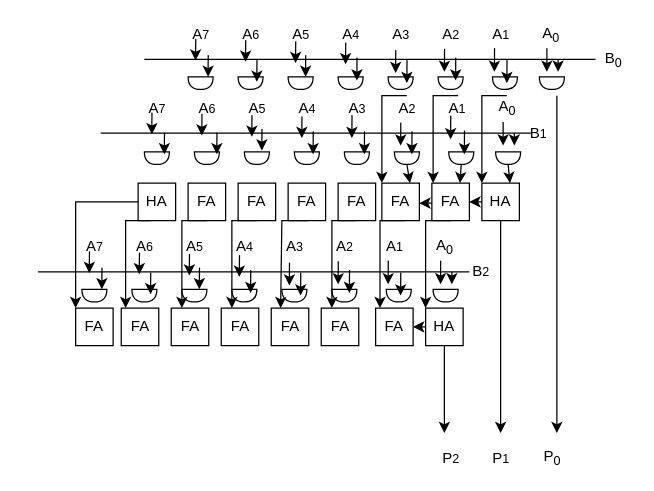
Before: Multiplier/3x8bitMultiplier.drawio in itsmartinhi/NN2HW, a draw.io diagram. Source tidied: cells renumbered, new cells numbered last; positions are measured from the earlier drawing's top-left corner, leaving out a move shared by most shapes. Both pictures are drawn from the tidied source at 125%, with x=0, y=0 at pixel (38, 21).
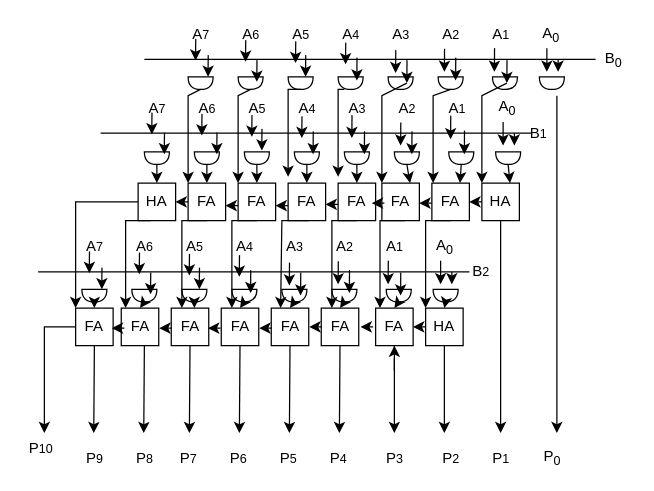
After the change.

Commit message (it also covers changes not shown here):
multilier diagramm finished

Unchanged cells that the change refers to:
```xml
<mxCell id="15" style="shape=or;whiteSpace=wrap;html=1;rotation=90;" parent="1" vertex="1">
<mxCell id="18" style="shape=or;whiteSpace=wrap;html=1;rotation=90;" parent="1" vertex="1">
<mxCell id="19" style="shape=or;whiteSpace=wrap;html=1;rotation=90;" parent="1" vertex="1">
<mxCell id="20" style="shape=or;whiteSpace=wrap;html=1;rotation=90;" parent="1" vertex="1">
<mxCell id="24" style="shape=or;whiteSpace=wrap;html=1;rotation=90;" parent="1" vertex="1">
<mxCell id="25" style="shape=or;whiteSpace=wrap;html=1;rotation=90;" parent="1" vertex="1">
<mxCell id="26" style="shape=or;whiteSpace=wrap;html=1;rotation=90;" parent="1" vertex="1">
<mxCell id="27" style="shape=or;whiteSpace=wrap;html=1;rotation=90;" parent="1" vertex="1">
<mxCell id="28" style="shape=or;whiteSpace=wrap;html=1;rotation=90;" parent="1" vertex="1">
<mxCell id="46" value="HA" style="rounded=0;whiteSpace=wrap;html=1;" parent="1" vertex="1">
<mxCell id="49" value="FA" style="rounded=0;whiteSpace=wrap;html=1;" parent="1" vertex="1">
<mxCell id="50" value="FA" style="rounded=0;whiteSpace=wrap;html=1;" parent="1" vertex="1">
<mxCell id="51" value="FA" style="rounded=0;whiteSpace=wrap;html=1;" parent="1" vertex="1">
<mxCell id="52" value="FA" style="rounded=0;whiteSpace=wrap;html=1;" parent="1" vertex="1">
<mxCell id="53" value="HA" style="rounded=0;whiteSpace=wrap;html=1;" parent="1" vertex="1">
<mxCell id="54" value="FA" style="rounded=0;whiteSpace=wrap;html=1;" parent="1" vertex="1">
<mxCell id="55" value="FA" style="rounded=0;whiteSpace=wrap;html=1;" parent="1" vertex="1">
<mxCell id="56" value="FA" style="rounded=0;whiteSpace=wrap;html=1;" parent="1" vertex="1">
<mxCell id="57" value="FA" style="rounded=0;whiteSpace=wrap;html=1;" parent="1" vertex="1">
<mxCell id="58" value="FA" style="rounded=0;whiteSpace=wrap;html=1;" parent="1" vertex="1">
<mxCell id="59" value="FA" style="rounded=0;whiteSpace=wrap;html=1;" parent="1" vertex="1">
<mxCell id="61" value="A&lt;sub&gt;0&lt;/sub&gt;" style="text;html=1;align=center;verticalAlign=middle;points=[];strokeColor=none;fillColor=none;" parent="1" vertex="1">
<mxCell id="100" style="shape=or;whiteSpace=wrap;html=1;rotation=90;" parent="1" vertex="1">
<mxCell id="101" style="shape=or;whiteSpace=wrap;html=1;rotation=90;" parent="1" vertex="1">
<mxCell id="102" style="shape=or;whiteSpace=wrap;html=1;rotation=90;" parent="1" vertex="1">
<mxCell id="103" style="shape=or;whiteSpace=wrap;html=1;rotation=90;" parent="1" vertex="1">
<mxCell id="104" style="shape=or;whiteSpace=wrap;html=1;rotation=90;" parent="1" vertex="1">
<mxCell id="105" style="shape=or;whiteSpace=wrap;html=1;rotation=90;" parent="1" vertex="1">
<mxCell id="106" style="shape=or;whiteSpace=wrap;html=1;rotation=90;" parent="1" vertex="1">
<mxCell id="107" style="shape=or;whiteSpace=wrap;html=1;rotation=90;" parent="1" vertex="1">
<mxCell id="126" value="HA" style="rounded=0;whiteSpace=wrap;html=1;" parent="1" vertex="1">
<mxCell id="127" value="FA" style="rounded=0;whiteSpace=wrap;html=1;" parent="1" vertex="1">
```

Change to the diagram source:
```diff
@@
+    <mxCell id="143" style="edgeStyle=orthogonalEdgeStyle;rounded=0;jettySize=auto;html=1;" parent="1" edge="1" source="54">
+      <mxGeometry relative="1" as="geometry">
+        <mxPoint x="285" y="259" as="targetPoint" />
+      </mxGeometry>
+    </mxCell>
@@
-    <mxCell id="86" style="endArrow=classic;html=1;rounded=0;jumpSize=11;exitX=0.5;exitY=0;exitDx=0;exitDy=0;exitPerimeter=0;entryX=0;entryY=0;entryDx=0;entryDy=0;" parent="1" edge="1" source="61" target="46">
+    <mxCell id="86" style="endArrow=classic;html=1;rounded=0;jumpSize=11;entryX=0;entryY=0;entryDx=0;entryDy=0;" parent="1" edge="1" target="46">
       <mxGeometry relative="1" as="geometry">
+        <mxPoint x="375" y="49" as="sourcePoint" />
         <Array as="points">
           <mxPoint x="355" y="59" />
         </Array>
       </mxGeometry>
     </mxCell>
@@
-    <mxCell id="88" style="endArrow=classic;html=1;rounded=0;jumpSize=11;exitX=0.5;exitY=0;exitDx=0;exitDy=0;exitPerimeter=0;entryX=0;entryY=0;entryDx=0;entryDy=0;" parent="1" edge="1">
+    <mxCell id="88" style="endArrow=classic;html=1;rounded=0;jumpSize=11;entryX=0;entryY=0;entryDx=0;entryDy=0;exitX=1;exitY=0.5;exitDx=0;exitDy=0;exitPerimeter=0;" parent="1" edge="1" source="15">
       <mxGeometry relative="1" as="geometry">
-        <mxPoint x="336" y="59" as="sourcePoint" />
         <mxPoint x="316" y="129" as="targetPoint" />
         <Array as="points">
           <mxPoint x="316" y="59" />
         </Array>
       </mxGeometry>
     </mxCell>
@@
-    <mxCell id="90" style="endArrow=classic;html=1;rounded=0;jumpSize=11;exitX=0.5;exitY=0;exitDx=0;exitDy=0;exitPerimeter=0;entryX=0;entryY=0;entryDx=0;entryDy=0;" parent="1" edge="1">
+    <mxCell id="90" style="endArrow=classic;html=1;rounded=0;jumpSize=11;entryX=0;entryY=0;entryDx=0;entryDy=0;" parent="1" edge="1">
       <mxGeometry relative="1" as="geometry">
-        <mxPoint x="295" y="59" as="sourcePoint" />
+        <mxPoint x="295" y="49" as="sourcePoint" />
         <mxPoint x="275" y="129" as="targetPoint" />
         <Array as="points">
           <mxPoint x="275" y="59" />
         </Array>
       </mxGeometry>
     </mxCell>
@@
+    <mxCell id="144" style="endArrow=classic;html=1;rounded=0;jumpSize=11;entryX=0;entryY=0;entryDx=0;entryDy=0;" parent="1" edge="1">
+      <mxGeometry relative="1" as="geometry">
+        <mxPoint x="245" y="54" as="sourcePoint" />
+        <mxPoint x="240" y="124" as="targetPoint" />
+        <Array as="points">
+          <mxPoint x="240" y="54" />
+        </Array>
+      </mxGeometry>
+    </mxCell>
+    <mxCell id="145" style="endArrow=classic;html=1;rounded=0;jumpSize=11;exitX=1;exitY=0.5;exitDx=0;exitDy=0;exitPerimeter=0;entryX=0;entryY=0;entryDx=0;entryDy=0;" parent="1" edge="1" source="18">
+      <mxGeometry relative="1" as="geometry">
+        <mxPoint x="200" y="124" as="targetPoint" />
+        <Array as="points">
+          <mxPoint x="200" y="54" />
+        </Array>
+      </mxGeometry>
+    </mxCell>
+    <mxCell id="146" style="endArrow=classic;html=1;rounded=0;jumpSize=11;entryX=0;entryY=0;entryDx=0;entryDy=0;exitX=1;exitY=0.5;exitDx=0;exitDy=0;exitPerimeter=0;" parent="1" edge="1" source="19">
+      <mxGeometry relative="1" as="geometry">
+        <mxPoint x="160" y="129" as="targetPoint" />
+        <Array as="points">
+          <mxPoint x="160" y="59" />
+        </Array>
+      </mxGeometry>
+    </mxCell>
+    <mxCell id="147" style="endArrow=classic;html=1;rounded=0;jumpSize=11;exitX=1;exitY=0.5;exitDx=0;exitDy=0;exitPerimeter=0;entryX=0;entryY=0;entryDx=0;entryDy=0;" parent="1" edge="1" source="20">
+      <mxGeometry relative="1" as="geometry">
+        <mxPoint x="120" y="129" as="targetPoint" />
+        <Array as="points">
+          <mxPoint x="120" y="59" />
+        </Array>
+      </mxGeometry>
+    </mxCell>
+    <mxCell id="148" style="endArrow=classic;html=1;rounded=0;exitX=0.5;exitY=1;exitDx=0;exitDy=0;" parent="1" edge="1">
+      <mxGeometry relative="1" as="geometry">
+        <mxPoint x="285" y="269" as="sourcePoint" />
+        <mxPoint x="285" y="329" as="targetPoint" />
+      </mxGeometry>
+    </mxCell>
+    <mxCell id="149" style="endArrow=classic;html=1;rounded=0;exitX=0.5;exitY=1;exitDx=0;exitDy=0;" parent="1" edge="1" source="55">
+      <mxGeometry relative="1" as="geometry">
+        <mxPoint x="241" y="329" as="targetPoint" />
+      </mxGeometry>
+    </mxCell>
+    <mxCell id="150" style="endArrow=classic;html=1;rounded=0;exitX=0.5;exitY=1;exitDx=0;exitDy=0;" parent="1" edge="1" source="56">
+      <mxGeometry relative="1" as="geometry">
+        <mxPoint x="201" y="329" as="targetPoint" />
+      </mxGeometry>
+    </mxCell>
+    <mxCell id="151" style="endArrow=classic;html=1;rounded=0;exitX=0.5;exitY=1;exitDx=0;exitDy=0;" parent="1" edge="1">
+      <mxGeometry relative="1" as="geometry">
+        <mxPoint x="161.5" y="259" as="sourcePoint" />
+        <mxPoint x="161" y="329" as="targetPoint" />
+      </mxGeometry>
+    </mxCell>
+    <mxCell id="152" style="endArrow=classic;html=1;rounded=0;exitX=0.5;exitY=1;exitDx=0;exitDy=0;" parent="1" edge="1">
+      <mxGeometry relative="1" as="geometry">
+        <mxPoint x="121.5" y="259" as="sourcePoint" />
+        <mxPoint x="121" y="329" as="targetPoint" />
+      </mxGeometry>
+    </mxCell>
+    <mxCell id="153" style="endArrow=classic;html=1;rounded=0;exitX=0.5;exitY=1;exitDx=0;exitDy=0;" parent="1" edge="1">
+      <mxGeometry relative="1" as="geometry">
+        <mxPoint x="85" y="259" as="sourcePoint" />
+        <mxPoint x="84.5" y="329" as="targetPoint" />
+      </mxGeometry>
+    </mxCell>
+    <mxCell id="154" style="endArrow=classic;html=1;rounded=0;exitX=0.5;exitY=1;exitDx=0;exitDy=0;" parent="1" edge="1">
+      <mxGeometry relative="1" as="geometry">
+        <mxPoint x="45" y="259" as="sourcePoint" />
+        <mxPoint x="44.5" y="329" as="targetPoint" />
+      </mxGeometry>
+    </mxCell>
+    <mxCell id="155" value="P&lt;span style=&quot;font-size: 10px;&quot;&gt;3&lt;/span&gt;" style="text;html=1;align=center;verticalAlign=middle;strokeColor=none;fillColor=none;" parent="1" vertex="1">
+      <mxGeometry x="270" y="339" width="30" height="20" as="geometry" />
+    </mxCell>
+    <mxCell id="156" value="P&lt;span style=&quot;font-size: 10px;&quot;&gt;4&lt;/span&gt;" style="text;html=1;align=center;verticalAlign=middle;strokeColor=none;fillColor=none;" parent="1" vertex="1">
+      <mxGeometry x="225" y="339" width="30" height="20" as="geometry" />
+    </mxCell>
+    <mxCell id="157" value="P&lt;span style=&quot;font-size: 10px;&quot;&gt;5&lt;/span&gt;" style="text;html=1;align=center;verticalAlign=middle;strokeColor=none;fillColor=none;" parent="1" vertex="1">
+      <mxGeometry x="185" y="339" width="30" height="20" as="geometry" />
+    </mxCell>
+    <mxCell id="158" value="P&lt;span style=&quot;font-size: 10px;&quot;&gt;6&lt;/span&gt;" style="text;html=1;align=center;verticalAlign=middle;strokeColor=none;fillColor=none;" parent="1" vertex="1">
+      <mxGeometry x="145" y="339" width="30" height="20" as="geometry" />
+    </mxCell>
+    <mxCell id="159" value="P&lt;span style=&quot;font-size: 10px;&quot;&gt;7&lt;/span&gt;" style="text;html=1;align=center;verticalAlign=middle;strokeColor=none;fillColor=none;" parent="1" vertex="1">
+      <mxGeometry x="105" y="339" width="30" height="20" as="geometry" />
+    </mxCell>
+    <mxCell id="160" value="P&lt;span style=&quot;font-size: 10px;&quot;&gt;8&lt;/span&gt;" style="text;html=1;align=center;verticalAlign=middle;strokeColor=none;fillColor=none;" parent="1" vertex="1">
+      <mxGeometry x="70" y="339" width="30" height="20" as="geometry" />
+    </mxCell>
+    <mxCell id="161" value="P&lt;span style=&quot;font-size: 10px;&quot;&gt;9&lt;/span&gt;" style="text;html=1;align=center;verticalAlign=middle;strokeColor=none;fillColor=none;" parent="1" vertex="1">
+      <mxGeometry x="30" y="339" width="30" height="20" as="geometry" />
+    </mxCell>
+    <mxCell id="162" value="P&lt;span style=&quot;font-size: 10px;&quot;&gt;10&lt;br&gt;&lt;/span&gt;" style="text;html=1;align=center;verticalAlign=middle;points=[];strokeColor=none;fillColor=none;" parent="1" vertex="1">
+      <mxGeometry x="-13" y="331" width="30" height="20" as="geometry" />
+    </mxCell>
+    <mxCell id="163" style="endArrow=classic;html=1;rounded=0;exitX=0;exitY=0.5;exitDx=0;exitDy=0;entryX=0.6;entryY=-0.1;entryDx=0;entryDy=0;entryPerimeter=0;" parent="1" edge="1" source="127" target="162">
+      <mxGeometry relative="1" as="geometry">
+        <Array as="points">
+          <mxPoint x="5" y="244" />
+        </Array>
+      </mxGeometry>
+    </mxCell>
+    <mxCell id="164" style="endArrow=classic;html=1;rounded=0;entryX=1;entryY=0.5;entryDx=0;entryDy=0;exitX=0;exitY=0.5;exitDx=0;exitDy=0;" parent="1" edge="1">
+      <mxGeometry relative="1" as="geometry">
+        <mxPoint x="277" y="145" as="sourcePoint" />
+        <mxPoint x="267" y="145" as="targetPoint" />
+      </mxGeometry>
+    </mxCell>
+    <mxCell id="165" style="endArrow=classic;html=1;rounded=0;entryX=1;entryY=0.5;entryDx=0;entryDy=0;exitX=0;exitY=0.5;exitDx=0;exitDy=0;" parent="1" edge="1">
+      <mxGeometry relative="1" as="geometry">
+        <mxPoint x="240" y="146" as="sourcePoint" />
+        <mxPoint x="230" y="146" as="targetPoint" />
+      </mxGeometry>
+    </mxCell>
+    <mxCell id="166" style="endArrow=classic;html=1;rounded=0;entryX=1;entryY=0.5;entryDx=0;entryDy=0;exitX=0;exitY=0.5;exitDx=0;exitDy=0;" parent="1" edge="1">
+      <mxGeometry relative="1" as="geometry">
+        <mxPoint x="200" y="147" as="sourcePoint" />
+        <mxPoint x="190" y="147" as="targetPoint" />
+      </mxGeometry>
+    </mxCell>
+    <mxCell id="167" style="endArrow=classic;html=1;rounded=0;entryX=1;entryY=0.5;entryDx=0;entryDy=0;exitX=0;exitY=0.5;exitDx=0;exitDy=0;" parent="1" edge="1">
+      <mxGeometry relative="1" as="geometry">
+        <mxPoint x="160" y="147" as="sourcePoint" />
+        <mxPoint x="150" y="147" as="targetPoint" />
+      </mxGeometry>
+    </mxCell>
+    <mxCell id="168" style="endArrow=classic;html=1;rounded=0;entryX=1;entryY=0.5;entryDx=0;entryDy=0;exitX=0;exitY=0.5;exitDx=0;exitDy=0;" parent="1" edge="1">
+      <mxGeometry relative="1" as="geometry">
+        <mxPoint x="120" y="144" as="sourcePoint" />
+        <mxPoint x="110" y="144" as="targetPoint" />
+      </mxGeometry>
+    </mxCell>
+    <mxCell id="169" style="endArrow=classic;html=1;rounded=0;exitX=0;exitY=0.5;exitDx=0;exitDy=0;entryX=1;entryY=0.5;entryDx=0;entryDy=0;" parent="1" edge="1">
+      <mxGeometry relative="1" as="geometry">
+        <mxPoint x="268" y="244" as="sourcePoint" />
+        <mxPoint x="258" y="244" as="targetPoint" />
+      </mxGeometry>
+    </mxCell>
+    <mxCell id="170" style="endArrow=classic;html=1;rounded=0;exitX=0;exitY=0.5;exitDx=0;exitDy=0;entryX=1;entryY=0.5;entryDx=0;entryDy=0;" parent="1" edge="1">
+      <mxGeometry relative="1" as="geometry">
+        <mxPoint x="227" y="244" as="sourcePoint" />
+        <mxPoint x="217" y="244" as="targetPoint" />
+      </mxGeometry>
+    </mxCell>
+    <mxCell id="171" style="endArrow=classic;html=1;rounded=0;exitX=0;exitY=0.5;exitDx=0;exitDy=0;entryX=1;entryY=0.5;entryDx=0;entryDy=0;" parent="1" edge="1">
+      <mxGeometry relative="1" as="geometry">
+        <mxPoint x="187" y="245" as="sourcePoint" />
+        <mxPoint x="177" y="245" as="targetPoint" />
+      </mxGeometry>
+    </mxCell>
+    <mxCell id="172" style="endArrow=classic;html=1;rounded=0;exitX=0;exitY=0.5;exitDx=0;exitDy=0;entryX=1;entryY=0.5;entryDx=0;entryDy=0;" parent="1" edge="1">
+      <mxGeometry relative="1" as="geometry">
+        <mxPoint x="146" y="245" as="sourcePoint" />
+        <mxPoint x="136" y="245" as="targetPoint" />
+      </mxGeometry>
+    </mxCell>
+    <mxCell id="173" style="endArrow=classic;html=1;rounded=0;exitX=0;exitY=0.5;exitDx=0;exitDy=0;entryX=1;entryY=0.5;entryDx=0;entryDy=0;" parent="1" edge="1">
+      <mxGeometry relative="1" as="geometry">
+        <mxPoint x="107" y="245" as="sourcePoint" />
+        <mxPoint x="97" y="245" as="targetPoint" />
+      </mxGeometry>
+    </mxCell>
+    <mxCell id="174" style="endArrow=classic;html=1;rounded=0;exitX=0;exitY=0.5;exitDx=0;exitDy=0;entryX=1;entryY=0.5;entryDx=0;entryDy=0;" parent="1" edge="1">
+      <mxGeometry relative="1" as="geometry">
+        <mxPoint x="69" y="245" as="sourcePoint" />
+        <mxPoint x="59" y="245" as="targetPoint" />
+      </mxGeometry>
+    </mxCell>
+    <mxCell id="175" style="endArrow=classic;html=1;rounded=0;exitX=1;exitY=0.5;exitDx=0;exitDy=0;exitPerimeter=0;entryX=0.5;entryY=0;entryDx=0;entryDy=0;" parent="1" edge="1" source="24" target="49">
+      <mxGeometry relative="1" as="geometry" />
+    </mxCell>
+    <mxCell id="176" style="endArrow=classic;html=1;rounded=0;exitX=1;exitY=0.5;exitDx=0;exitDy=0;exitPerimeter=0;entryX=0.5;entryY=0;entryDx=0;entryDy=0;" parent="1" edge="1" source="25" target="50">
+      <mxGeometry relative="1" as="geometry" />
+    </mxCell>
+    <mxCell id="177" style="endArrow=classic;html=1;rounded=0;exitX=1;exitY=0.5;exitDx=0;exitDy=0;exitPerimeter=0;entryX=0.5;entryY=0;entryDx=0;entryDy=0;" parent="1" edge="1" source="26" target="51">
+      <mxGeometry relative="1" as="geometry" />
+    </mxCell>
+    <mxCell id="178" style="endArrow=classic;html=1;rounded=0;exitX=1;exitY=0.5;exitDx=0;exitDy=0;exitPerimeter=0;entryX=0.5;entryY=0;entryDx=0;entryDy=0;" parent="1" edge="1" source="27" target="52">
+      <mxGeometry relative="1" as="geometry" />
+    </mxCell>
+    <mxCell id="179" style="endArrow=classic;html=1;rounded=0;exitX=1;exitY=0.5;exitDx=0;exitDy=0;exitPerimeter=0;entryX=0.5;entryY=0;entryDx=0;entryDy=0;" parent="1" edge="1" source="28" target="53">
+      <mxGeometry relative="1" as="geometry" />
+    </mxCell>
+    <mxCell id="180" style="endArrow=classic;html=1;rounded=0;exitX=1;exitY=0.5;exitDx=0;exitDy=0;exitPerimeter=0;entryX=0.5;entryY=0;entryDx=0;entryDy=0;" parent="1" edge="1" source="100" target="126">
+      <mxGeometry relative="1" as="geometry" />
+    </mxCell>
+    <mxCell id="181" style="endArrow=classic;html=1;rounded=0;exitX=1;exitY=0.5;exitDx=0;exitDy=0;exitPerimeter=0;entryX=0.5;entryY=0;entryDx=0;entryDy=0;" parent="1" edge="1" source="101" target="54">
+      <mxGeometry relative="1" as="geometry" />
+    </mxCell>
+    <mxCell id="182" style="endArrow=classic;html=1;rounded=0;exitX=1;exitY=0.5;exitDx=0;exitDy=0;exitPerimeter=0;entryX=0.5;entryY=0;entryDx=0;entryDy=0;" parent="1" edge="1" source="103" target="56">
+      <mxGeometry relative="1" as="geometry" />
+    </mxCell>
+    <mxCell id="183" style="endArrow=classic;html=1;rounded=0;exitX=1;exitY=0.5;exitDx=0;exitDy=0;exitPerimeter=0;entryX=0.5;entryY=0;entryDx=0;entryDy=0;" parent="1" edge="1" source="102" target="55">
+      <mxGeometry relative="1" as="geometry" />
+    </mxCell>
+    <mxCell id="184" style="endArrow=classic;html=1;rounded=0;exitX=1;exitY=0.5;exitDx=0;exitDy=0;exitPerimeter=0;entryX=0.5;entryY=0;entryDx=0;entryDy=0;" parent="1" edge="1" source="104" target="57">
+      <mxGeometry relative="1" as="geometry" />
+    </mxCell>
+    <mxCell id="185" style="endArrow=classic;html=1;rounded=0;exitX=1;exitY=0.5;exitDx=0;exitDy=0;exitPerimeter=0;entryX=0.617;entryY=0;entryDx=0;entryDy=0;entryPerimeter=0;" parent="1" edge="1" source="105" target="58">
+      <mxGeometry relative="1" as="geometry" />
+    </mxCell>
+    <mxCell id="186" style="endArrow=classic;html=1;rounded=0;exitX=1;exitY=0.5;exitDx=0;exitDy=0;exitPerimeter=0;entryX=0.5;entryY=0;entryDx=0;entryDy=0;" parent="1" edge="1" source="106" target="59">
+      <mxGeometry relative="1" as="geometry" />
+    </mxCell>
+    <mxCell id="187" style="endArrow=classic;html=1;rounded=0;exitX=1;exitY=0.5;exitDx=0;exitDy=0;exitPerimeter=0;entryX=0.5;entryY=0;entryDx=0;entryDy=0;" parent="1" edge="1" source="107" target="127">
+      <mxGeometry relative="1" as="geometry" />
+    </mxCell>
```
